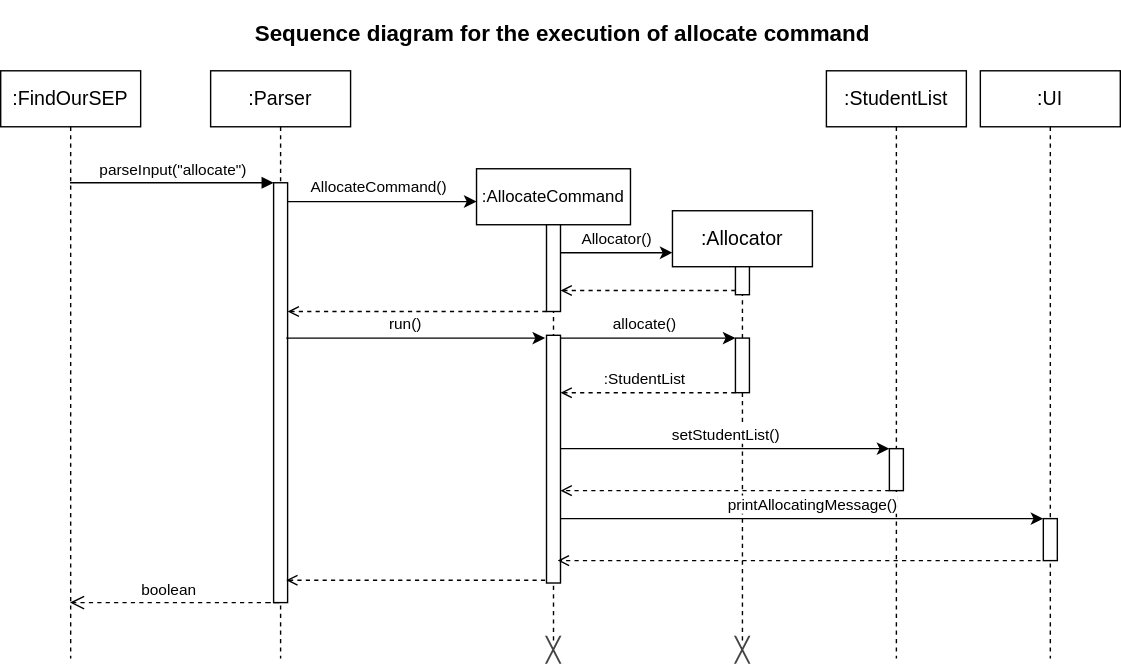
Above: docs/UML_Diagrams/AllocatorSequence.drawio.svg in paulktham/tp (draw.io), before the change. Source tidied: cells renumbered, new cells last; positions are measured from the earlier drawing's top-left corner, leaving out a move shared by most shapes.
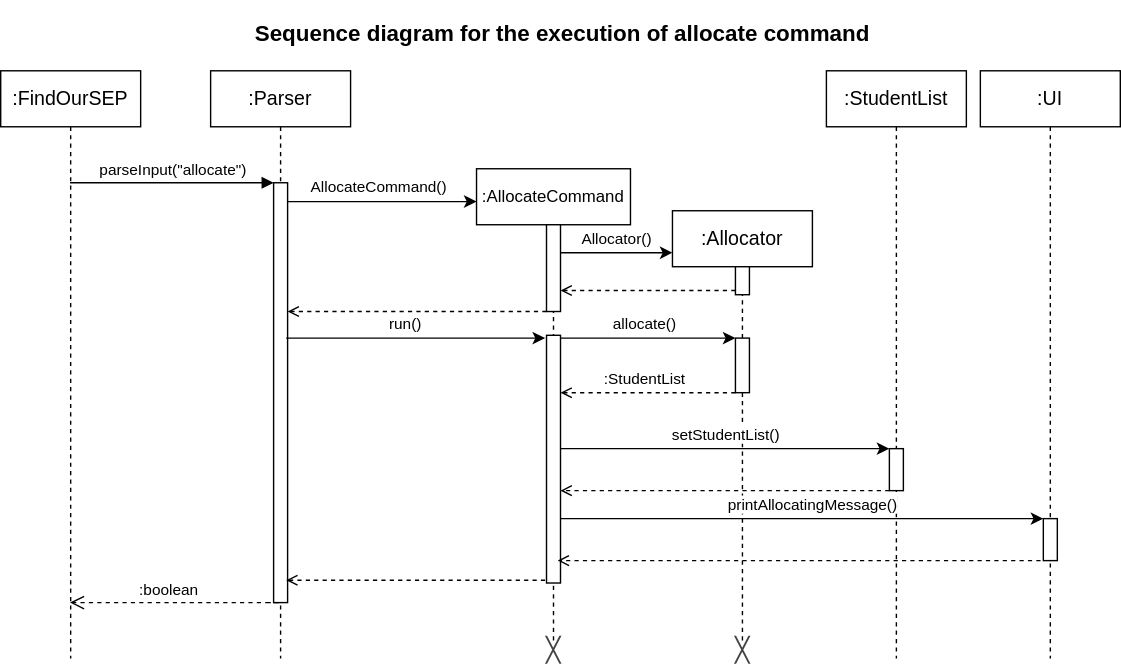
After the change.

Diff of the diagram source:
```diff
@@ -18,7 +18,7 @@
         </Array>
       </mxGeometry>
     </mxCell>
-    <mxCell id="6" value="boolean" style="html=1;verticalAlign=bottom;endArrow=open;dashed=1;endSize=8;edgeStyle=elbowEdgeStyle;elbow=vertical;curved=0;rounded=0;" parent="1" edge="1" target="2">
+    <mxCell id="6" value=":boolean" style="html=1;verticalAlign=bottom;endArrow=open;dashed=1;endSize=8;edgeStyle=elbowEdgeStyle;elbow=vertical;curved=0;rounded=0;" parent="1" edge="1" target="2">
       <mxGeometry x="0.12" relative="1" as="geometry">
         <mxPoint x="190" y="430" as="sourcePoint" />
         <Array as="points">
```
